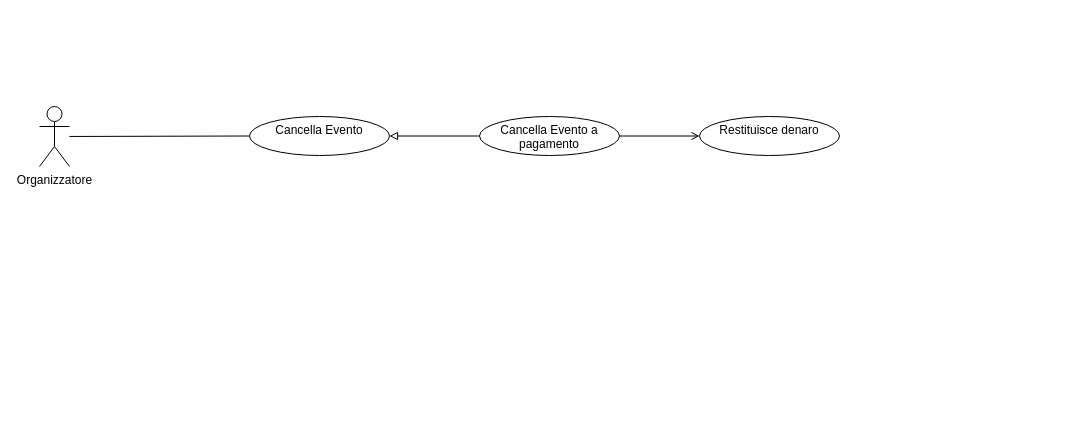
Earlier version of the draw.io diagram UseCase/RF13_Cancellazione_Evento/Cancellazione_Evento.drawio (4spot-team/documentation). Source tidied: cells renumbered, new cells numbered last; positions are measured from the earlier drawing's top-left corner, leaving out a move shared by most shapes. Both pictures are drawn from the tidied source at 100%, with x=0, y=0 at pixel (39, 106).
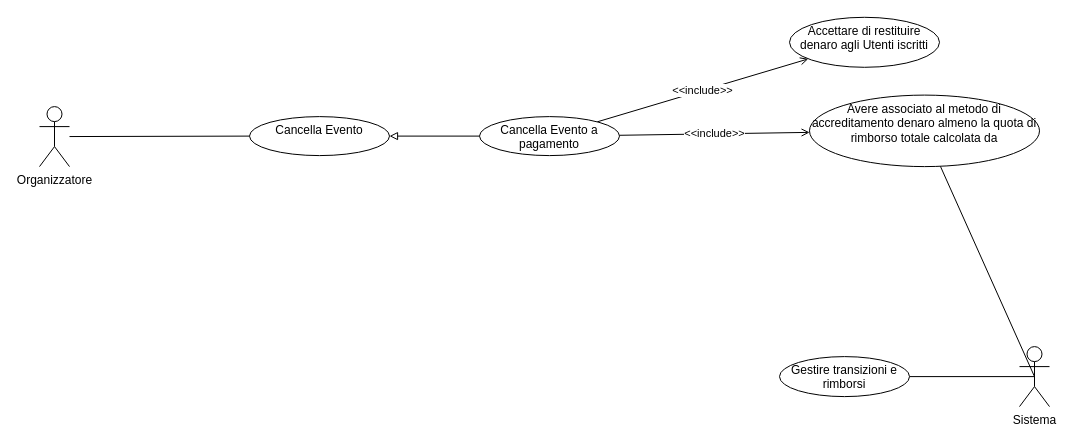
The same page after the edit.

Diff of the diagram source:
```diff
@@
 <mxGraphModel>
   <root>
     <mxCell id="0" />
     <mxCell id="1" parent="0" />
     <mxCell id="2" style="rounded=0;jettySize=auto;html=1;endArrow=none;endFill=0;" parent="1" edge="1" source="3" target="5">
       <mxGeometry relative="1" as="geometry" />
     </mxCell>
     <mxCell id="3" value="Organizzatore" style="shape=umlActor;verticalLabelPosition=bottom;verticalAlign=top;html=1;outlineConnect=0;" parent="1" vertex="1">
-      <mxGeometry width="30" height="60" as="geometry" />
+      <mxGeometry y="0.1" width="30" height="60" as="geometry" />
     </mxCell>
     <mxCell id="4" style="edgeStyle=none;rounded=0;jettySize=auto;html=1;endArrow=block;endFill=0;" parent="1" edge="1" source="7" target="5">
       <mxGeometry relative="1" as="geometry" />
     </mxCell>
     <mxCell id="5" value="Cancella Evento" style="ellipse;whiteSpace=wrap;html=1;verticalAlign=top;" parent="1" vertex="1">
-      <mxGeometry x="210" y="10" width="140" height="39" as="geometry" />
+      <mxGeometry x="210" y="10.1" width="140" height="39" as="geometry" />
     </mxCell>
-    <mxCell id="6" style="edgeStyle=none;rounded=0;jettySize=auto;html=1;endArrow=open;endFill=0;" parent="1" edge="1" source="7" target="8">
+    <mxCell id="6" value="&amp;lt;&amp;lt;include&amp;gt;&amp;gt;" style="edgeStyle=none;rounded=0;jettySize=auto;html=1;endArrow=open;endFill=0;" parent="1" edge="1" source="7" target="8">
       <mxGeometry relative="1" as="geometry" />
     </mxCell>
+    <mxCell id="9" value="&lt;span style=&quot;color: rgb(0, 0, 0); font-family: Helvetica; font-size: 11px; font-style: normal; font-variant-ligatures: normal; font-variant-caps: normal; font-weight: 400; letter-spacing: normal; orphans: 2; text-align: center; text-indent: 0px; text-transform: none; widows: 2; word-spacing: 0px; -webkit-text-stroke-width: 0px; background-color: rgb(255, 255, 255); text-decoration-thickness: initial; text-decoration-style: initial; text-decoration-color: initial; float: none; display: inline !important;&quot;&gt;&amp;lt;&amp;lt;include&amp;gt;&amp;gt;&lt;/span&gt;" style="edgeStyle=none;rounded=0;jettySize=auto;html=1;endArrow=open;endFill=0;" parent="1" edge="1" source="7" target="11">
+      <mxGeometry relative="1" as="geometry" />
+    </mxCell>
     <mxCell id="7" value="Cancella Evento a pagamento" style="ellipse;whiteSpace=wrap;html=1;verticalAlign=top;" parent="1" vertex="1">
-      <mxGeometry x="440" y="10" width="140" height="39" as="geometry" />
+      <mxGeometry x="440" y="10.1" width="140" height="39" as="geometry" />
     </mxCell>
-    <mxCell id="8" value="Restituisce denaro" style="ellipse;whiteSpace=wrap;html=1;verticalAlign=top;" parent="1" vertex="1">
-      <mxGeometry x="660" y="10" width="140" height="39" as="geometry" />
+    <mxCell id="8" value="Accettare di restituire denaro agli Utenti iscritti" style="ellipse;whiteSpace=wrap;html=1;verticalAlign=top;" parent="1" vertex="1">
+      <mxGeometry x="750" y="-89.2" width="150" height="50" as="geometry" />
     </mxCell>
+    <mxCell id="10" style="edgeStyle=none;rounded=0;jettySize=auto;html=1;entryX=0.5;entryY=0.5;entryDx=0;entryDy=0;entryPerimeter=0;endArrow=none;endFill=0;" parent="1" edge="1" source="11" target="12">
+      <mxGeometry relative="1" as="geometry" />
+    </mxCell>
+    <mxCell id="11" value="Avere associato al metodo di accreditamento denaro almeno la quota di rimborso totale calcolata da" style="ellipse;whiteSpace=wrap;html=1;verticalAlign=top;" parent="1" vertex="1">
+      <mxGeometry x="770" y="-11.4" width="230" height="71.5" as="geometry" />
+    </mxCell>
+    <mxCell id="12" value="Sistema" style="shape=umlActor;verticalLabelPosition=bottom;verticalAlign=top;html=1;outlineConnect=0;" parent="1" vertex="1">
+      <mxGeometry x="980" y="240.1" width="30" height="60" as="geometry" />
+    </mxCell>
+    <mxCell id="13" style="edgeStyle=none;rounded=0;jettySize=auto;html=1;entryX=0.5;entryY=0.5;entryDx=0;entryDy=0;entryPerimeter=0;endArrow=none;endFill=0;" parent="1" edge="1" source="14" target="12">
+      <mxGeometry relative="1" as="geometry" />
+    </mxCell>
+    <mxCell id="14" value="Gestire transizioni e rimborsi" style="ellipse;whiteSpace=wrap;html=1;verticalAlign=top;" parent="1" vertex="1">
+      <mxGeometry x="740" y="250.1" width="130" height="40" as="geometry" />
+    </mxCell>
   </root>
 </mxGraphModel>
```
